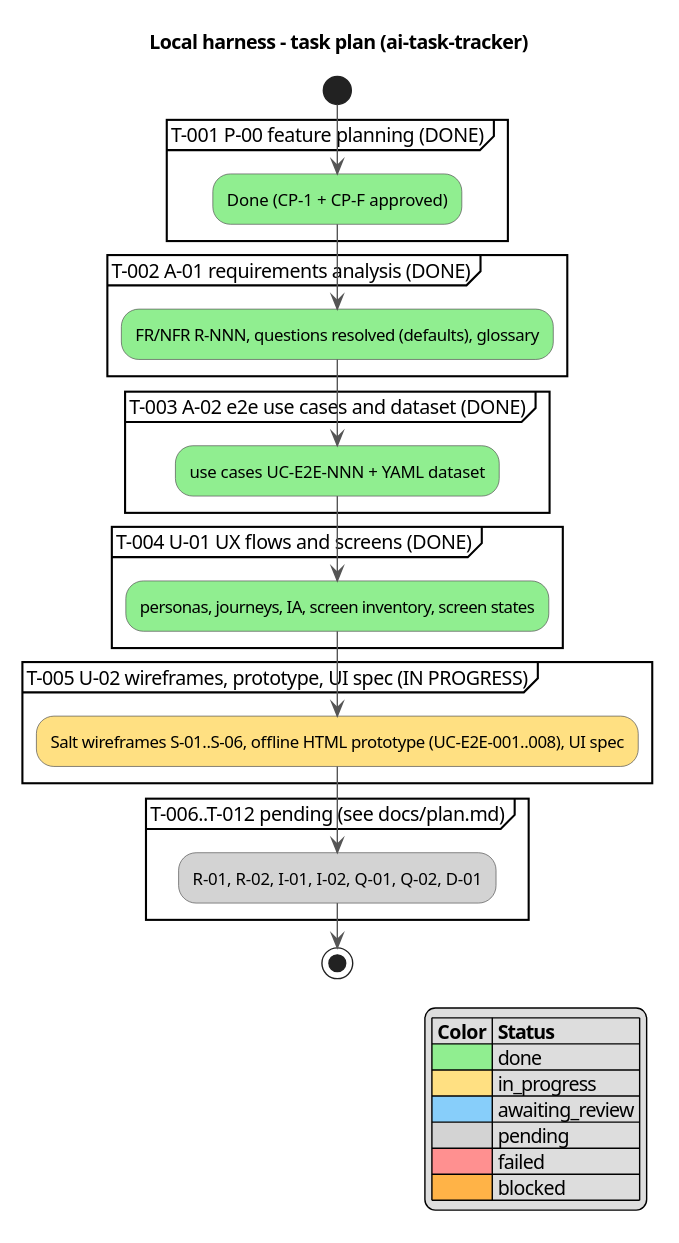
The PlantUML diagram docs/activity.svg in serge-sasov/ai-task-tracker, before a commit.
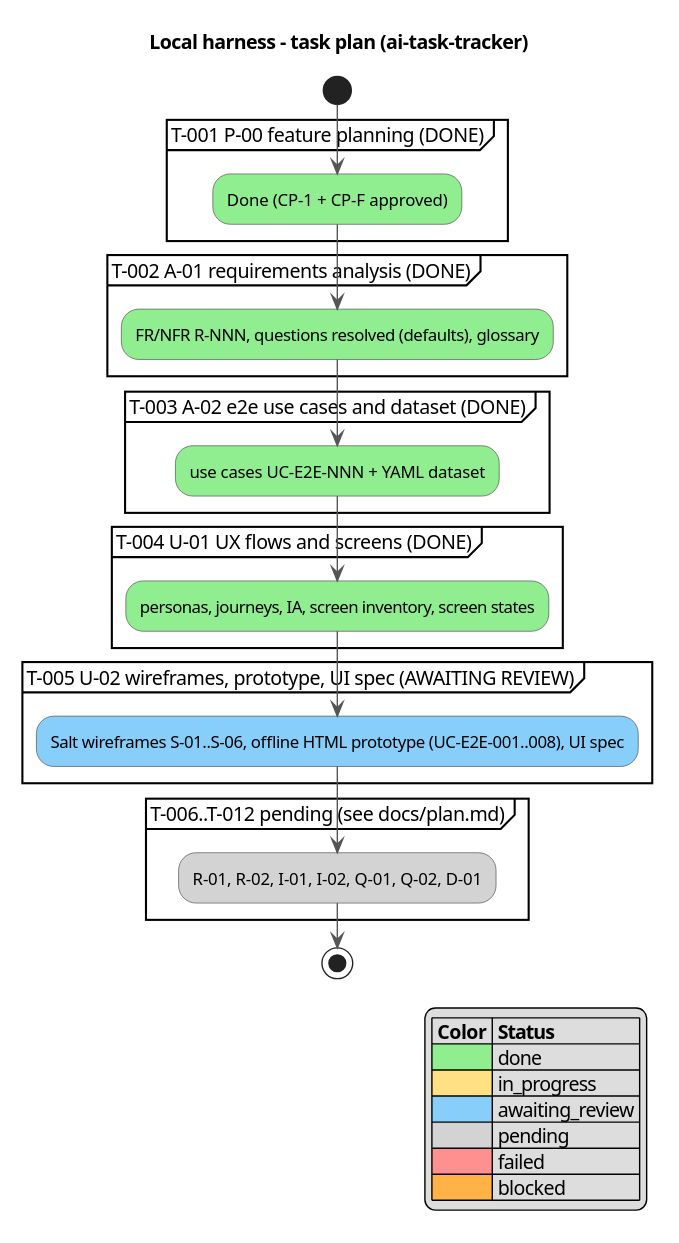
The same file after the commit.

The edit, as a diff of the source:
```diff
@@ -18,8 +18,8 @@
 partition "T-004 U-01 UX flows and screens (DONE)" {
   :personas, journeys, IA, screen inventory, screen states; <<#90EE90>>
 }
-partition "T-005 U-02 wireframes, prototype, UI spec (IN PROGRESS)" {
-  :Salt wireframes S-01..S-06, offline HTML prototype (UC-E2E-001..008), UI spec; <<#FFE082>>
+partition "T-005 U-02 wireframes, prototype, UI spec (AWAITING REVIEW)" {
+  :Salt wireframes S-01..S-06, offline HTML prototype (UC-E2E-001..008), UI spec; <<#87CEFA>>
 }
 partition "T-006..T-012 pending (see docs/plan.md)" {
   :R-01, R-02, I-01, I-02, Q-01, Q-02, D-01; <<#D3D3D3>>
```
